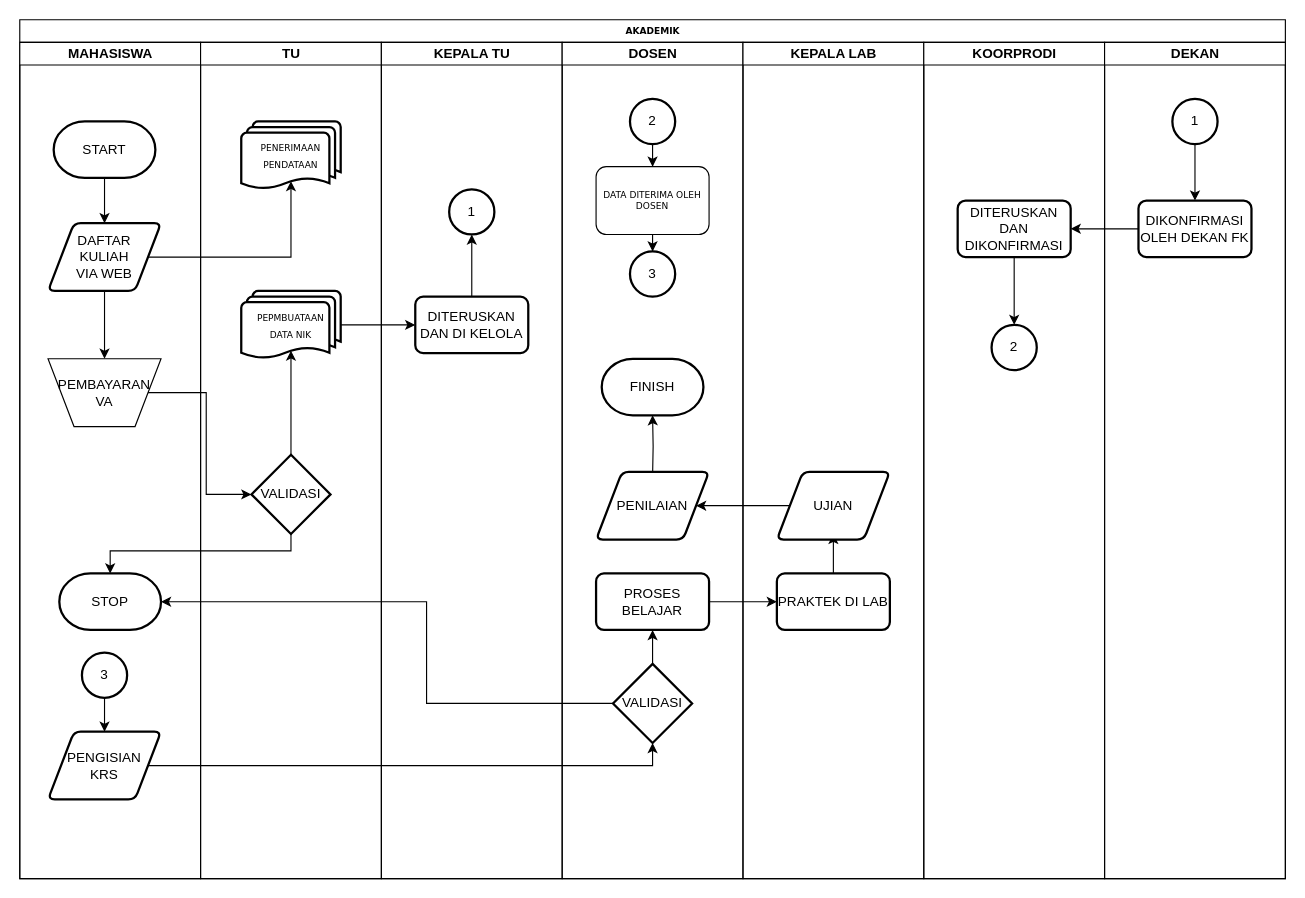
This is Untitled Diagram.drawio from userunkn0w/import-excel-ke-mysql-dengan-php, a draw.io file, before an edit. Source tidied: cells renumbered, new cells numbered last; positions are measured from the earlier drawing's top-left corner, leaving out a move shared by most shapes. Both pictures are drawn from the tidied source at 113%, with x=0, y=0 at pixel (19, 19).
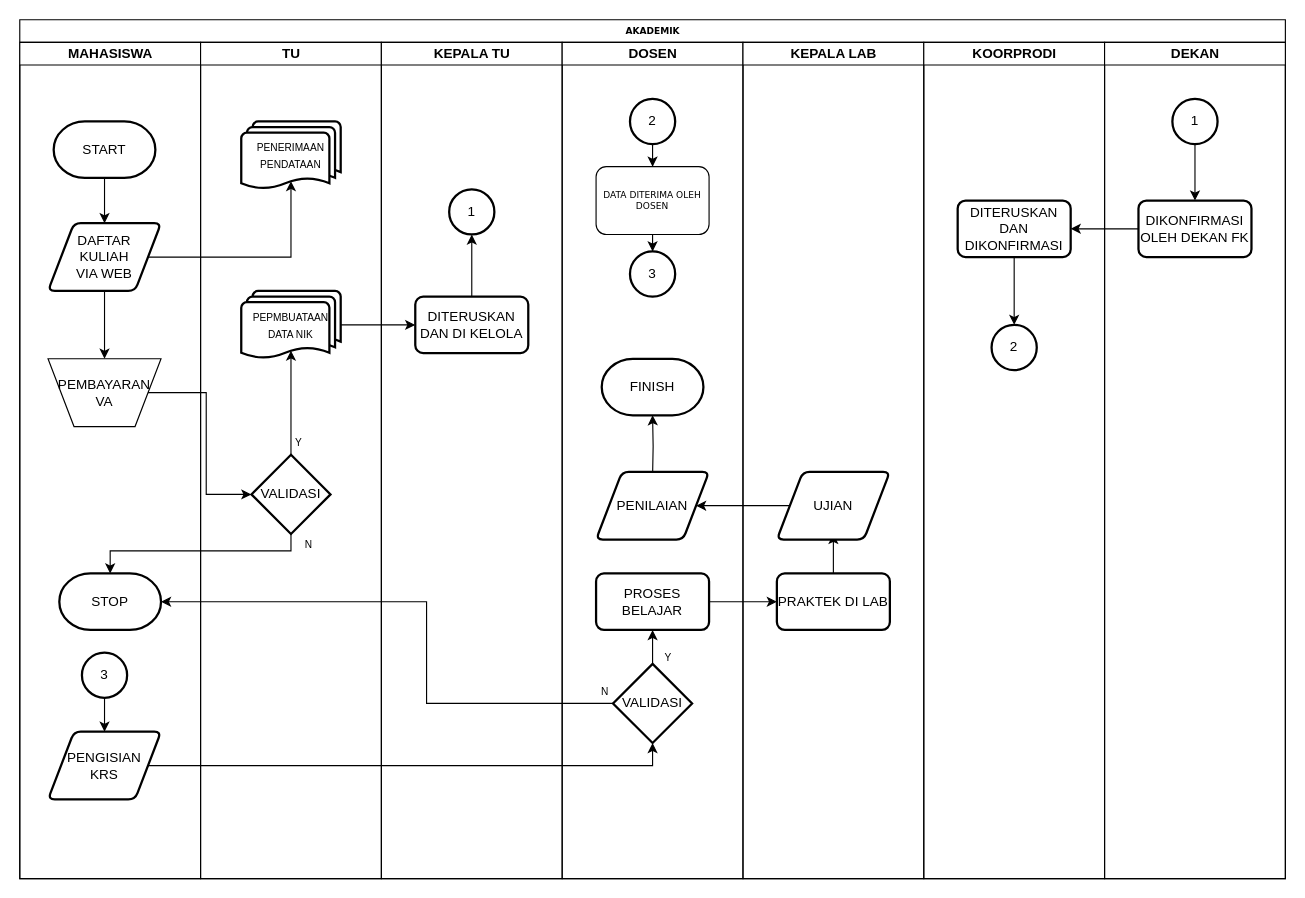
After the change.

Unchanged cells that the change refers to:
```xml
<mxCell id="13" value="TU" style="swimlane;html=1;startSize=20;" parent="2" vertex="1">
  <mxGeometry x="160" y="20" width="160" height="740" as="geometry" />
</mxCell>
<mxCell id="22" value="DOSEN" style="swimlane;html=1;startSize=20;" parent="2" vertex="1">
  <mxGeometry x="480" y="20" width="160" height="740" as="geometry" />
</mxCell>
```

What changed in the source:
```diff
@@
-    <mxCell id="16" value="&lt;span style=&quot;font-family: &amp;#34;verdana&amp;#34; ; font-size: 8px&quot;&gt;PENERIMAAN PENDATAAN&lt;/span&gt;" style="strokeWidth=2;html=1;shape=mxgraph.flowchart.multi-document;whiteSpace=wrap;" parent="13" vertex="1">
+    <mxCell id="16" value="&lt;font style=&quot;font-size: 9px&quot;&gt;PENERIMAAN PENDATAAN&lt;/font&gt;" style="strokeWidth=2;html=1;shape=mxgraph.flowchart.multi-document;whiteSpace=wrap;" parent="13" vertex="1">
       <mxGeometry x="36" y="70" width="88" height="60" as="geometry" />
     </mxCell>
-    <mxCell id="17" value="&lt;span style=&quot;font-family: &amp;#34;verdana&amp;#34; ; font-size: 8px&quot;&gt;PEPMBUATAAN &lt;br&gt;DATA NIK&lt;/span&gt;" style="strokeWidth=2;html=1;shape=mxgraph.flowchart.multi-document;whiteSpace=wrap;" parent="13" vertex="1">
+    <mxCell id="17" value="&lt;font style=&quot;font-size: 9px&quot;&gt;PEPMBUATAAN &lt;br&gt;DATA NIK&lt;/font&gt;" style="strokeWidth=2;html=1;shape=mxgraph.flowchart.multi-document;whiteSpace=wrap;" parent="13" vertex="1">
       <mxGeometry x="36" y="220" width="88" height="60" as="geometry" />
     </mxCell>
+    <mxCell id="55" value="N" style="text;html=1;strokeColor=none;fillColor=none;align=center;verticalAlign=middle;whiteSpace=wrap;rounded=0;fontFamily=Helvetica;fontSize=9;" parent="13" vertex="1">
+      <mxGeometry x="68" y="430" width="56" height="30" as="geometry" />
+    </mxCell>
+    <mxCell id="56" value="Y" style="text;html=1;strokeColor=none;fillColor=none;align=center;verticalAlign=middle;whiteSpace=wrap;rounded=0;fontFamily=Helvetica;fontSize=9;" parent="13" vertex="1">
+      <mxGeometry x="59" y="340" width="56" height="30" as="geometry" />
+    </mxCell>
@@
+    <mxCell id="57" value="N" style="text;html=1;strokeColor=none;fillColor=none;align=center;verticalAlign=middle;whiteSpace=wrap;rounded=0;fontFamily=Helvetica;fontSize=9;" parent="22" vertex="1">
+      <mxGeometry x="10" y="560" width="56" height="30" as="geometry" />
+    </mxCell>
+    <mxCell id="58" value="Y" style="text;html=1;strokeColor=none;fillColor=none;align=center;verticalAlign=middle;whiteSpace=wrap;rounded=0;fontFamily=Helvetica;fontSize=9;" parent="22" vertex="1">
+      <mxGeometry x="66" y="530" width="56" height="30" as="geometry" />
+    </mxCell>
```
